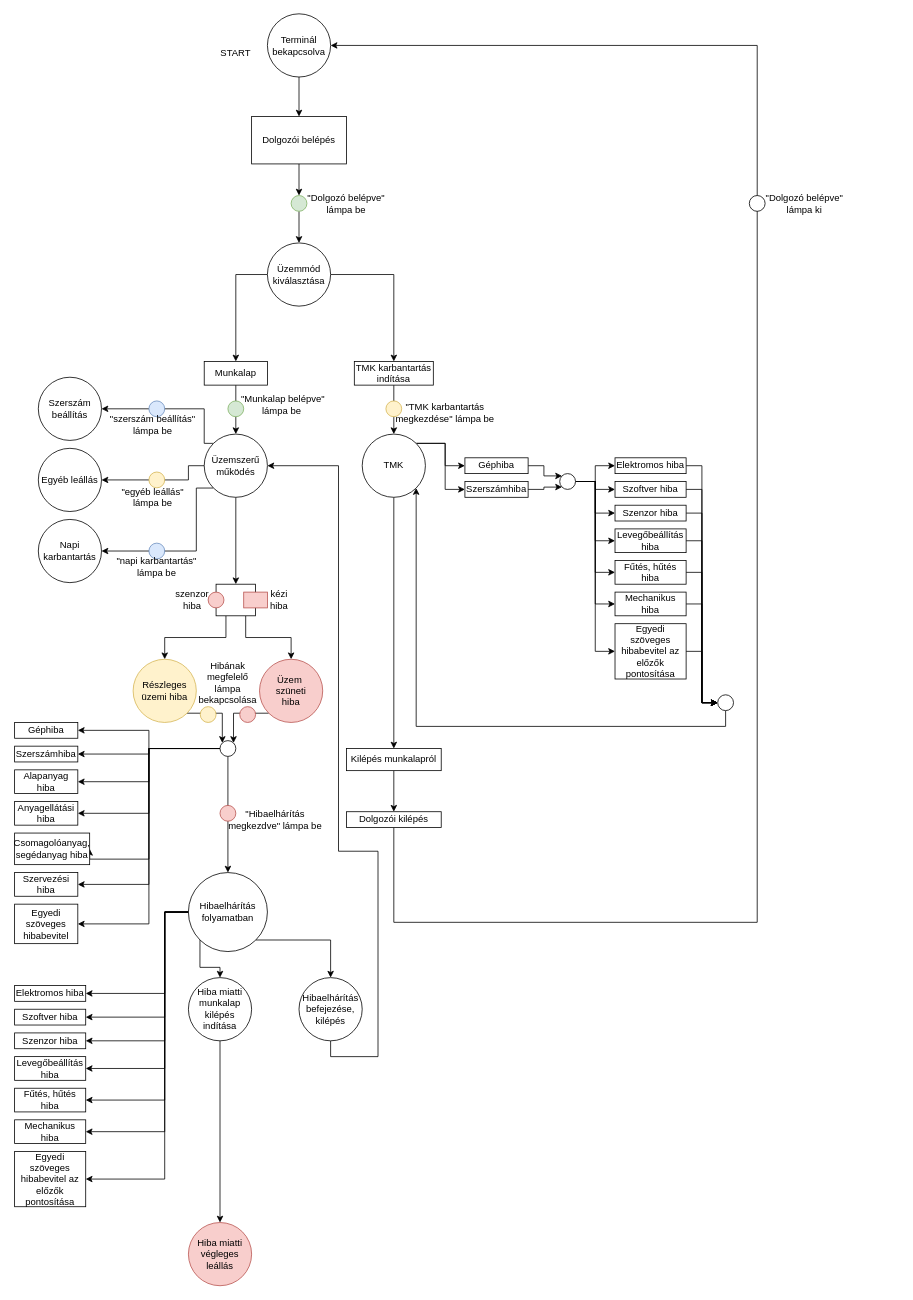
Above: mesterminal_flowchart.drawio in KerteszZoltan/mesterminal (draw.io), before the change. Source tidied: cells renumbered, new cells numbered last; positions are measured from the earlier drawing's top-left corner, leaving out a move shared by most shapes. Both pictures are drawn from the tidied source at 79%, with x=0, y=0 at pixel (14, 13).
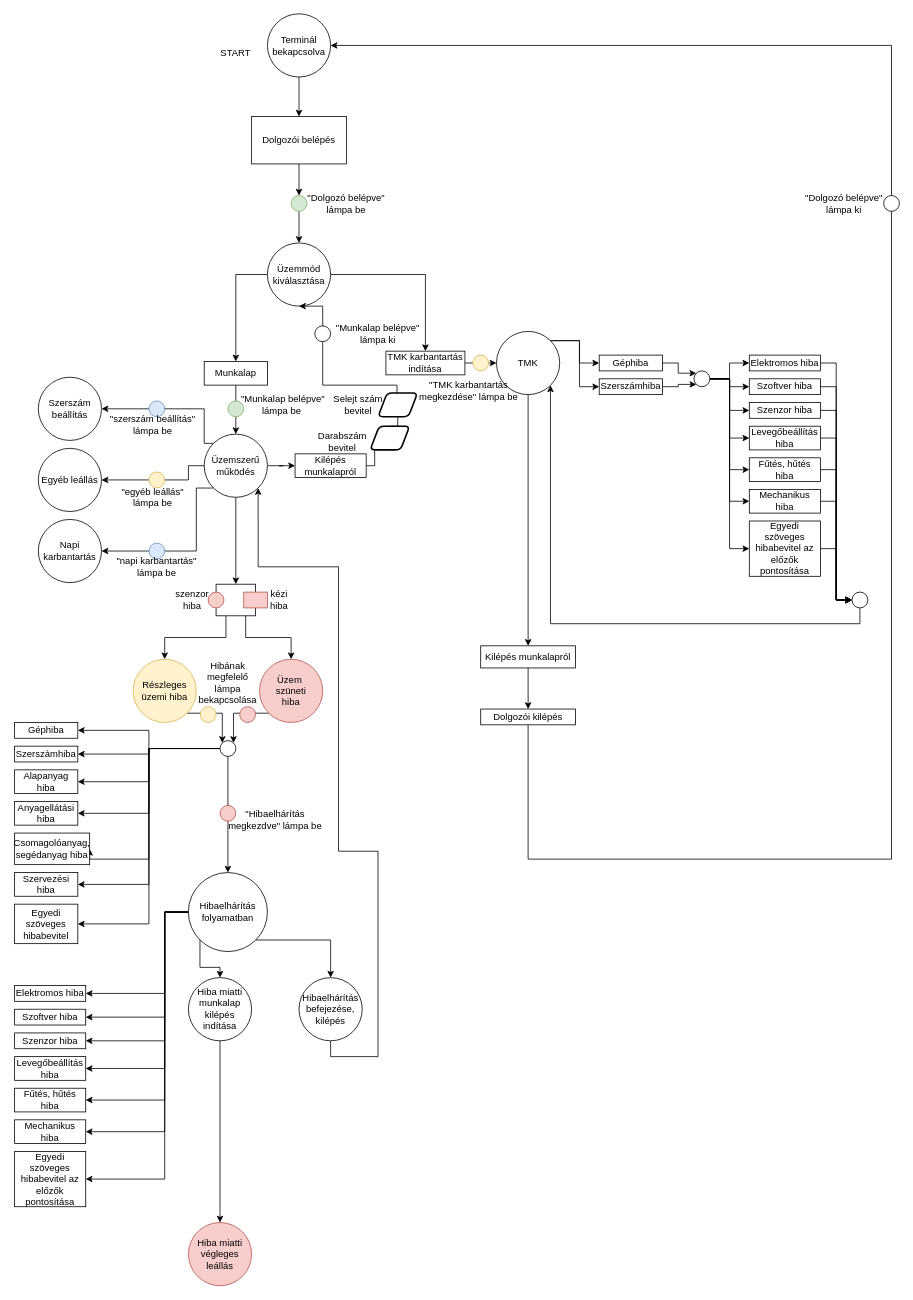
After the change.

Commit message:
flowchart cosmetics and update

The change refers to these unchanged cells:
```xml
<mxCell id="3" value="Terminál bekapcsolva" style="ellipse;whiteSpace=wrap;html=1;" parent="1" vertex="1">
  <mxGeometry x="320" width="80" height="80" as="geometry" />
</mxCell>
<mxCell id="9" value="Üzemmód kiválasztása" style="ellipse;whiteSpace=wrap;html=1;" parent="1" vertex="1">
  <mxGeometry x="320" y="290" width="80" height="80" as="geometry" />
</mxCell>
<mxCell id="60" value="Üzemszerű működés" style="ellipse;whiteSpace=wrap;html=1;" parent="1" vertex="1">
  <mxGeometry x="240" y="532" width="80" height="80" as="geometry" />
</mxCell>
<mxCell id="116" value="Hibaelhárítás befejezése, kilépés" style="ellipse;whiteSpace=wrap;html=1;" parent="1" vertex="1">
  <mxGeometry x="360" y="1220" width="80" height="80" as="geometry" />
</mxCell>
```

The edit, as a diff of the source:
```diff
@@
-    <mxCell id="15" style="edgeStyle=orthogonalEdgeStyle;rounded=0;jettySize=auto;html=1;exitX=0.5;exitY=1;exitDx=0;exitDy=0;" parent="1" edge="1" source="16" target="20">
+    <mxCell id="15" style="edgeStyle=orthogonalEdgeStyle;rounded=0;jettySize=auto;html=1;" parent="1" edge="1" source="16" target="20">
       <mxGeometry relative="1" as="geometry" />
     </mxCell>
     <mxCell id="16" value="TMK karbantartás indítása" style="rounded=0;whiteSpace=wrap;html=1;" parent="1" vertex="1">
-      <mxGeometry x="430" y="440" width="100" height="30" as="geometry" />
+      <mxGeometry x="470" y="427" width="100" height="30" as="geometry" />
     </mxCell>
@@
     <mxCell id="20" value="TMK" style="ellipse;whiteSpace=wrap;html=1;" parent="1" vertex="1">
-      <mxGeometry x="440" y="532" width="80" height="80" as="geometry" />
+      <mxGeometry x="610" y="402" width="80" height="80" as="geometry" />
     </mxCell>
@@
     <mxCell id="22" value="Géphiba" style="rounded=0;whiteSpace=wrap;html=1;" parent="1" vertex="1">
-      <mxGeometry x="570" y="562" width="80" height="20" as="geometry" />
+      <mxGeometry x="740" y="432" width="80" height="20" as="geometry" />
     </mxCell>
@@
     <mxCell id="24" value="Szerszámhiba" style="rounded=0;whiteSpace=wrap;html=1;" parent="1" vertex="1">
-      <mxGeometry x="570" y="592" width="80" height="20" as="geometry" />
+      <mxGeometry x="740" y="462" width="80" height="20" as="geometry" />
     </mxCell>
@@
     <mxCell id="32" style="ellipse;whiteSpace=wrap;html=1;" parent="1" vertex="1">
-      <mxGeometry x="690" y="582" width="20" height="20" as="geometry" />
+      <mxGeometry x="860" y="452" width="20" height="20" as="geometry" />
     </mxCell>
@@
     <mxCell id="34" value="Elektromos hiba" style="rounded=0;whiteSpace=wrap;html=1;" parent="1" vertex="1">
-      <mxGeometry x="760" y="562" width="90" height="20" as="geometry" />
+      <mxGeometry x="930" y="432" width="90" height="20" as="geometry" />
     </mxCell>
@@
     <mxCell id="36" value="Levegőbeállítás&lt;br&gt;hiba" style="rounded=0;whiteSpace=wrap;html=1;" parent="1" vertex="1">
-      <mxGeometry x="760" y="652" width="90" height="30" as="geometry" />
+      <mxGeometry x="930" y="522" width="90" height="30" as="geometry" />
     </mxCell>
@@
     <mxCell id="38" value="Szoftver hiba" style="rounded=0;whiteSpace=wrap;html=1;" parent="1" vertex="1">
-      <mxGeometry x="760" y="592" width="90" height="20" as="geometry" />
+      <mxGeometry x="930" y="462" width="90" height="20" as="geometry" />
     </mxCell>
@@
     <mxCell id="40" value="Szenzor hiba" style="rounded=0;whiteSpace=wrap;html=1;" parent="1" vertex="1">
-      <mxGeometry x="760" y="622" width="90" height="20" as="geometry" />
+      <mxGeometry x="930" y="492" width="90" height="20" as="geometry" />
     </mxCell>
@@
     <mxCell id="42" value="Fűtés, hűtés&lt;br&gt;hiba" style="rounded=0;whiteSpace=wrap;html=1;" parent="1" vertex="1">
-      <mxGeometry x="760" y="692" width="90" height="30" as="geometry" />
+      <mxGeometry x="930" y="562" width="90" height="30" as="geometry" />
     </mxCell>
@@
     <mxCell id="44" value="Mechanikus hiba" style="rounded=0;whiteSpace=wrap;html=1;" parent="1" vertex="1">
-      <mxGeometry x="760" y="732" width="90" height="30" as="geometry" />
+      <mxGeometry x="930" y="602" width="90" height="30" as="geometry" />
     </mxCell>
@@
     <mxCell id="46" value="Egyedi szöveges hibabevitel az előzők pontosítása" style="rounded=0;whiteSpace=wrap;html=1;" parent="1" vertex="1">
-      <mxGeometry x="760" y="772" width="90" height="70" as="geometry" />
+      <mxGeometry x="930" y="642" width="90" height="70" as="geometry" />
     </mxCell>
@@
     <mxCell id="48" style="ellipse;whiteSpace=wrap;html=1;" parent="1" vertex="1">
-      <mxGeometry x="890" y="862" width="20" height="20" as="geometry" />
+      <mxGeometry x="1060" y="732" width="20" height="20" as="geometry" />
     </mxCell>
@@
     <mxCell id="50" value="Kilépés munkalapról" style="whiteSpace=wrap;html=1;" parent="1" vertex="1">
-      <mxGeometry x="420" y="930" width="120" height="28" as="geometry" />
+      <mxGeometry x="590" y="800" width="120" height="28" as="geometry" />
     </mxCell>
     <mxCell id="51" style="edgeStyle=orthogonalEdgeStyle;rounded=0;jettySize=auto;html=1;exitX=0.5;exitY=1;exitDx=0;exitDy=0;entryX=1;entryY=0.5;entryDx=0;entryDy=0;" parent="1" edge="1" source="52" target="3">
       <mxGeometry relative="1" as="geometry">
         <Array as="points">
-          <mxPoint x="480" y="1150" />
-          <mxPoint x="940" y="1150" />
-          <mxPoint x="940" y="40" />
+          <mxPoint x="650" y="1070" />
+          <mxPoint x="1110" y="1070" />
+          <mxPoint x="1110" y="40" />
         </Array>
       </mxGeometry>
     </mxCell>
     <mxCell id="52" value="Dolgozói kilépés" style="rounded=0;whiteSpace=wrap;html=1;" parent="1" vertex="1">
-      <mxGeometry x="420" y="1010" width="120" height="20" as="geometry" />
+      <mxGeometry x="590" y="880" width="120" height="20" as="geometry" />
     </mxCell>
     <mxCell id="53" style="ellipse;whiteSpace=wrap;html=1;" parent="1" vertex="1">
-      <mxGeometry x="930" y="230" width="20" height="20" as="geometry" />
+      <mxGeometry x="1100" y="230" width="20" height="20" as="geometry" />
     </mxCell>
     <mxCell id="54" value="&quot;Dolgozó belépve&quot; lámpa ki" style="text;html=1;strokeColor=none;fillColor=none;align=center;verticalAlign=middle;whiteSpace=wrap;rounded=0;" parent="1" vertex="1">
-      <mxGeometry x="940" y="230" width="120" height="20" as="geometry" />
+      <mxGeometry x="990" y="230" width="120" height="20" as="geometry" />
     </mxCell>
@@
+    <mxCell id="127" style="edgeStyle=orthogonalEdgeStyle;rounded=0;jettySize=auto;html=1;" parent="1" edge="1" source="60" target="129">
+      <mxGeometry relative="1" as="geometry" />
+    </mxCell>
@@
-    <mxCell id="115" style="edgeStyle=orthogonalEdgeStyle;rounded=0;jettySize=auto;html=1;exitX=0.5;exitY=1;exitDx=0;exitDy=0;entryX=1;entryY=0.5;entryDx=0;entryDy=0;" parent="1" edge="1" source="116" target="60">
+    <mxCell id="115" style="edgeStyle=orthogonalEdgeStyle;rounded=0;jettySize=auto;html=1;exitX=0.5;exitY=1;exitDx=0;exitDy=0;entryX=1;entryY=1;entryDx=0;entryDy=0;" parent="1" edge="1" source="116" target="60">
       <mxGeometry relative="1" as="geometry">
         <Array as="points">
           <mxPoint x="400" y="1320" />
           <mxPoint x="460" y="1320" />
           <mxPoint x="460" y="1060" />
           <mxPoint x="410" y="1060" />
-          <mxPoint x="410" y="572" />
+          <mxPoint x="410" y="700" />
+          <mxPoint x="308" y="700" />
         </Array>
       </mxGeometry>
     </mxCell>
@@
     <mxCell id="123" style="ellipse;whiteSpace=wrap;html=1;fillColor=#fff2cc;strokeColor=#d6b656;" parent="1" vertex="1">
-      <mxGeometry x="470" y="490" width="20" height="20" as="geometry" />
+      <mxGeometry x="580" y="432" width="20" height="20" as="geometry" />
     </mxCell>
     <mxCell id="124" value="&quot;TMK karbantartás megkezdése&quot; lámpa be" style="text;html=1;strokeColor=none;fillColor=none;align=center;verticalAlign=middle;whiteSpace=wrap;rounded=0;" parent="1" vertex="1">
-      <mxGeometry x="480" y="490" width="130" height="30" as="geometry" />
+      <mxGeometry x="510" y="462" width="130" height="30" as="geometry" />
     </mxCell>
@@
+    <mxCell id="128" style="edgeStyle=orthogonalEdgeStyle;rounded=0;jettySize=auto;html=1;exitX=1;exitY=0.5;exitDx=0;exitDy=0;entryX=0.5;entryY=1;entryDx=0;entryDy=0;startArrow=none;" parent="1" edge="1" source="130" target="9">
+      <mxGeometry relative="1" as="geometry">
+        <Array as="points">
+          <mxPoint x="504" y="487" />
+          <mxPoint x="484" y="487" />
+          <mxPoint x="484" y="470" />
+          <mxPoint x="390" y="470" />
+          <mxPoint x="390" y="370" />
+        </Array>
+      </mxGeometry>
+    </mxCell>
+    <mxCell id="129" value="Kilépés munkalapról" style="rounded=0;whiteSpace=wrap;html=1;" parent="1" vertex="1">
+      <mxGeometry x="355" y="557" width="90" height="30" as="geometry" />
+    </mxCell>
+    <mxCell id="130" style="shape=parallelogram;html=1;strokeWidth=2;perimeter=parallelogramPerimeter;whiteSpace=wrap;rounded=1;arcSize=12;size=0.23;" parent="1" vertex="1">
+      <mxGeometry x="460" y="480" width="50" height="30" as="geometry" />
+    </mxCell>
+    <mxCell id="131" style="edgeStyle=orthogonalEdgeStyle;rounded=0;jettySize=auto;html=1;exitX=0.5;exitY=0;exitDx=0;exitDy=0;entryX=0.5;entryY=1;entryDx=0;entryDy=0;endArrow=none;startArrow=none;" parent="1" edge="1" source="133" target="130">
+      <mxGeometry relative="1" as="geometry" />
+    </mxCell>
+    <mxCell id="132" style="edgeStyle=orthogonalEdgeStyle;rounded=0;jettySize=auto;html=1;exitX=1;exitY=0.5;exitDx=0;exitDy=0;entryX=0;entryY=0.5;entryDx=0;entryDy=0;endArrow=none;" parent="1" edge="1" source="129" target="133">
+      <mxGeometry relative="1" as="geometry" />
+    </mxCell>
+    <mxCell id="133" style="shape=parallelogram;html=1;strokeWidth=2;perimeter=parallelogramPerimeter;whiteSpace=wrap;rounded=1;arcSize=12;size=0.23;" parent="1" vertex="1">
+      <mxGeometry x="450" y="522" width="50" height="30" as="geometry" />
+    </mxCell>
+    <mxCell id="134" value="Darabszám bevitel" style="text;html=1;strokeColor=none;fillColor=none;align=center;verticalAlign=middle;whiteSpace=wrap;rounded=0;" parent="1" vertex="1">
+      <mxGeometry x="395" y="532" width="40" height="20" as="geometry" />
+    </mxCell>
+    <mxCell id="135" value="Selejt szám bevitel" style="text;html=1;strokeColor=none;fillColor=none;align=center;verticalAlign=middle;whiteSpace=wrap;rounded=0;" parent="1" vertex="1">
+      <mxGeometry x="395" y="490" width="80" height="10" as="geometry" />
+    </mxCell>
+    <mxCell id="136" value="&quot;Munkalap belépve&quot; lámpa ki" style="text;html=1;strokeColor=none;fillColor=none;align=center;verticalAlign=middle;whiteSpace=wrap;rounded=0;" parent="1" vertex="1">
+      <mxGeometry x="400" y="390" width="120" height="30" as="geometry" />
+    </mxCell>
+    <mxCell id="137" style="ellipse;whiteSpace=wrap;html=1;" parent="1" vertex="1">
+      <mxGeometry x="380" y="395" width="20" height="20" as="geometry" />
+    </mxCell>
```
